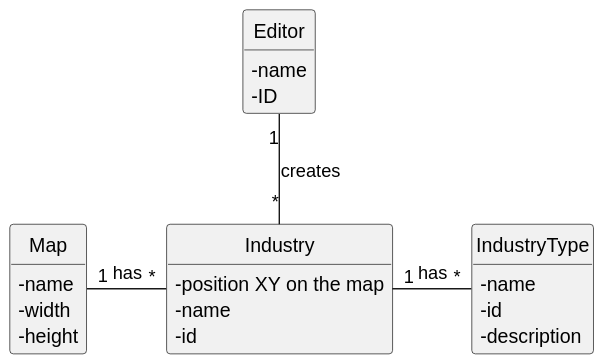
ivasduarte/all-aboard keeps this PlantUML diagram as docs/sprint2/us002/02.analysis/svg/us002-domain-model.svg. Above is the earlier version.
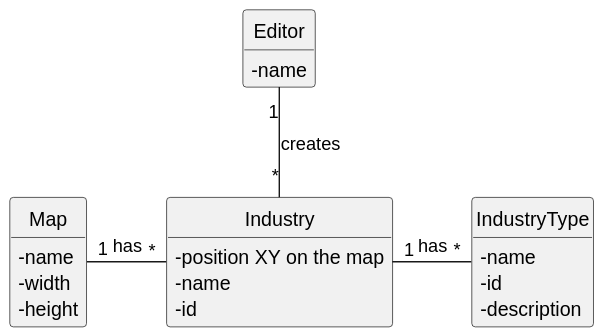
After the change.

Diff of the diagram source:
```diff
@@ -24,7 +24,6 @@
 
 class Editor {
     - name
-    - ID
 }
 
 class IndustryType {
```
